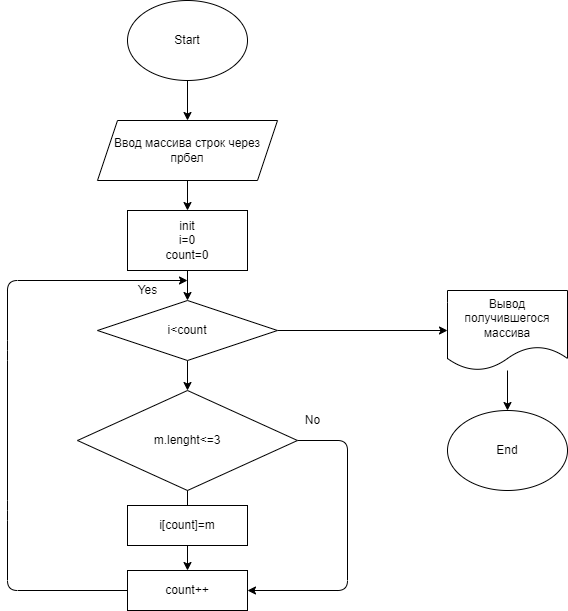
Above: CntrlWork.drawio.png in 1cemann/FinalControlWork (draw.io), before the change. Source tidied: cells renumbered, new cells last; positions are measured from the earlier drawing's top-left corner, leaving out a move shared by most shapes. The source it was exported from:
```xml
<mxGraphModel>
  <root>
    <mxCell id="0" />
    <mxCell id="1" parent="0" />
    <mxCell id="2" style="edgeStyle=none;html=1;" parent="1" edge="1" source="3" target="5">
      <mxGeometry relative="1" as="geometry" />
    </mxCell>
    <mxCell id="3" value="Start" style="ellipse;whiteSpace=wrap;html=1;" parent="1" vertex="1">
      <mxGeometry x="120" width="120" height="80" as="geometry" />
    </mxCell>
    <mxCell id="4" style="edgeStyle=none;html=1;" parent="1" edge="1" source="5" target="7">
      <mxGeometry relative="1" as="geometry" />
    </mxCell>
    <mxCell id="5" value="Ввод массива строк через прбел" style="shape=parallelogram;perimeter=parallelogramPerimeter;whiteSpace=wrap;html=1;fixedSize=1;" parent="1" vertex="1">
      <mxGeometry x="90" y="120" width="180" height="60" as="geometry" />
    </mxCell>
    <mxCell id="6" style="edgeStyle=none;html=1;" parent="1" edge="1" source="7" target="19">
      <mxGeometry relative="1" as="geometry" />
    </mxCell>
    <mxCell id="7" value="init&lt;br&gt;i=0&lt;br&gt;count=0" style="rounded=0;whiteSpace=wrap;html=1;" parent="1" vertex="1">
      <mxGeometry x="120" y="210" width="120" height="60" as="geometry" />
    </mxCell>
    <mxCell id="8" style="edgeStyle=none;html=1;startArrow=none;" parent="1" edge="1" source="15" target="12">
      <mxGeometry relative="1" as="geometry" />
    </mxCell>
    <mxCell id="9" style="edgeStyle=none;html=1;exitX=1;exitY=0.5;exitDx=0;exitDy=0;entryX=1;entryY=0.5;entryDx=0;entryDy=0;" parent="1" edge="1" source="10" target="12">
      <mxGeometry relative="1" as="geometry">
        <Array as="points">
          <mxPoint x="340" y="440" />
          <mxPoint x="340" y="590" />
        </Array>
      </mxGeometry>
    </mxCell>
    <mxCell id="10" value="m.lenght&amp;lt;=3" style="rhombus;whiteSpace=wrap;html=1;" parent="1" vertex="1">
      <mxGeometry x="70" y="390" width="220" height="100" as="geometry" />
    </mxCell>
    <mxCell id="11" style="edgeStyle=none;html=1;" parent="1" edge="1" source="12">
      <mxGeometry relative="1" as="geometry">
        <mxPoint x="180" y="280" as="targetPoint" />
        <Array as="points">
          <mxPoint y="590" />
          <mxPoint y="510" />
          <mxPoint y="350" />
          <mxPoint y="280" />
        </Array>
      </mxGeometry>
    </mxCell>
    <mxCell id="12" value="count++" style="rounded=0;whiteSpace=wrap;html=1;" parent="1" vertex="1">
      <mxGeometry x="120" y="570" width="120" height="40" as="geometry" />
    </mxCell>
    <mxCell id="13" value="Yes" style="text;html=1;align=center;verticalAlign=middle;strokeColor=none;fillColor=none;" parent="1" vertex="1">
      <mxGeometry x="120" y="280" width="40" height="20" as="geometry" />
    </mxCell>
    <mxCell id="14" value="No" style="text;html=1;align=center;verticalAlign=middle;strokeColor=none;fillColor=none;" parent="1" vertex="1">
      <mxGeometry x="290" y="410" width="30" height="20" as="geometry" />
    </mxCell>
    <mxCell id="15" value="i[count]=m" style="rounded=0;whiteSpace=wrap;html=1;" parent="1" vertex="1">
      <mxGeometry x="120" y="505" width="120" height="40" as="geometry" />
    </mxCell>
    <mxCell id="16" style="edgeStyle=none;html=1;endArrow=none;" parent="1" edge="1" source="10" target="15">
      <mxGeometry relative="1" as="geometry" />
    </mxCell>
    <mxCell id="17" style="edgeStyle=none;html=1;" parent="1" edge="1" source="19" target="10">
      <mxGeometry relative="1" as="geometry" />
    </mxCell>
    <mxCell id="18" style="edgeStyle=none;html=1;entryX=0;entryY=0.5;entryDx=0;entryDy=0;" parent="1" edge="1" source="19">
      <mxGeometry relative="1" as="geometry">
        <mxPoint x="440" y="330" as="targetPoint" />
      </mxGeometry>
    </mxCell>
    <mxCell id="19" value="i&amp;lt;count" style="rhombus;whiteSpace=wrap;html=1;" parent="1" vertex="1">
      <mxGeometry x="90" y="300" width="180" height="60" as="geometry" />
    </mxCell>
    <mxCell id="20" value="End" style="ellipse;whiteSpace=wrap;html=1;" parent="1" vertex="1">
      <mxGeometry x="440" y="410" width="120" height="80" as="geometry" />
    </mxCell>
    <mxCell id="21" style="edgeStyle=none;html=1;" parent="1" edge="1" source="22" target="20">
      <mxGeometry relative="1" as="geometry" />
    </mxCell>
    <mxCell id="22" value="Вывод получившегося массива" style="shape=document;whiteSpace=wrap;html=1;boundedLbl=1;" parent="1" vertex="1">
      <mxGeometry x="440" y="290" width="120" height="80" as="geometry" />
    </mxCell>
  </root>
</mxGraphModel>
```
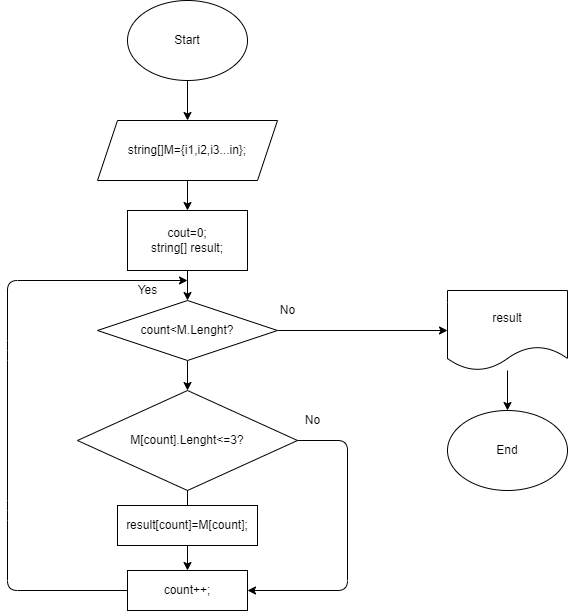
Above is the later version.

Commit message:
Небольшая редакция кода и блок-схемы

The edit, as a diff of the source:
```diff
@@ -11,13 +11,13 @@
     <mxCell id="4" style="edgeStyle=none;html=1;" parent="1" edge="1" source="5" target="7">
       <mxGeometry relative="1" as="geometry" />
     </mxCell>
-    <mxCell id="5" value="Ввод массива строк через прбел" style="shape=parallelogram;perimeter=parallelogramPerimeter;whiteSpace=wrap;html=1;fixedSize=1;" parent="1" vertex="1">
+    <mxCell id="5" value="string[]M={i1,i2,i3...in};" style="shape=parallelogram;perimeter=parallelogramPerimeter;whiteSpace=wrap;html=1;fixedSize=1;" parent="1" vertex="1">
       <mxGeometry x="90" y="120" width="180" height="60" as="geometry" />
     </mxCell>
     <mxCell id="6" style="edgeStyle=none;html=1;" parent="1" edge="1" source="7" target="19">
       <mxGeometry relative="1" as="geometry" />
     </mxCell>
-    <mxCell id="7" value="init&lt;br&gt;i=0&lt;br&gt;count=0" style="rounded=0;whiteSpace=wrap;html=1;" parent="1" vertex="1">
+    <mxCell id="7" value="cout=0;&lt;br&gt;string[] result;" style="rounded=0;whiteSpace=wrap;html=1;" parent="1" vertex="1">
       <mxGeometry x="120" y="210" width="120" height="60" as="geometry" />
     </mxCell>
     <mxCell id="8" style="edgeStyle=none;html=1;startArrow=none;" parent="1" edge="1" source="15" target="12">
@@ -31,7 +31,7 @@
         </Array>
       </mxGeometry>
     </mxCell>
-    <mxCell id="10" value="m.lenght&amp;lt;=3" style="rhombus;whiteSpace=wrap;html=1;" parent="1" vertex="1">
+    <mxCell id="10" value="M[count].Lenght&amp;lt;=3?" style="rhombus;whiteSpace=wrap;html=1;" parent="1" vertex="1">
       <mxGeometry x="70" y="390" width="220" height="100" as="geometry" />
     </mxCell>
     <mxCell id="11" style="edgeStyle=none;html=1;" parent="1" edge="1" source="12">
@@ -45,7 +45,7 @@
         </Array>
       </mxGeometry>
     </mxCell>
-    <mxCell id="12" value="count++" style="rounded=0;whiteSpace=wrap;html=1;" parent="1" vertex="1">
+    <mxCell id="12" value="count++;" style="rounded=0;whiteSpace=wrap;html=1;" parent="1" vertex="1">
       <mxGeometry x="120" y="570" width="120" height="40" as="geometry" />
     </mxCell>
     <mxCell id="13" value="Yes" style="text;html=1;align=center;verticalAlign=middle;strokeColor=none;fillColor=none;" parent="1" vertex="1">
@@ -54,8 +54,8 @@
     <mxCell id="14" value="No" style="text;html=1;align=center;verticalAlign=middle;strokeColor=none;fillColor=none;" parent="1" vertex="1">
       <mxGeometry x="290" y="410" width="30" height="20" as="geometry" />
     </mxCell>
-    <mxCell id="15" value="i[count]=m" style="rounded=0;whiteSpace=wrap;html=1;" parent="1" vertex="1">
-      <mxGeometry x="120" y="505" width="120" height="40" as="geometry" />
+    <mxCell id="15" value="result[count]=M[count];" style="rounded=0;whiteSpace=wrap;html=1;" parent="1" vertex="1">
+      <mxGeometry x="110" y="505" width="140" height="40" as="geometry" />
     </mxCell>
     <mxCell id="16" style="edgeStyle=none;html=1;endArrow=none;" parent="1" edge="1" source="10" target="15">
       <mxGeometry relative="1" as="geometry" />
@@ -68,7 +68,7 @@
         <mxPoint x="440" y="330" as="targetPoint" />
       </mxGeometry>
     </mxCell>
-    <mxCell id="19" value="i&amp;lt;count" style="rhombus;whiteSpace=wrap;html=1;" parent="1" vertex="1">
+    <mxCell id="19" value="count&amp;lt;M.Lenght?" style="rhombus;whiteSpace=wrap;html=1;" parent="1" vertex="1">
       <mxGeometry x="90" y="300" width="180" height="60" as="geometry" />
     </mxCell>
     <mxCell id="20" value="End" style="ellipse;whiteSpace=wrap;html=1;" parent="1" vertex="1">
@@ -77,8 +77,11 @@
     <mxCell id="21" style="edgeStyle=none;html=1;" parent="1" edge="1" source="22" target="20">
       <mxGeometry relative="1" as="geometry" />
     </mxCell>
-    <mxCell id="22" value="Вывод получившегося массива" style="shape=document;whiteSpace=wrap;html=1;boundedLbl=1;" parent="1" vertex="1">
+    <mxCell id="22" value="result" style="shape=document;whiteSpace=wrap;html=1;boundedLbl=1;" parent="1" vertex="1">
       <mxGeometry x="440" y="290" width="120" height="80" as="geometry" />
     </mxCell>
+    <mxCell id="23" value="No" style="text;html=1;align=center;verticalAlign=middle;strokeColor=none;fillColor=none;" parent="1" vertex="1">
+      <mxGeometry x="265" y="300" width="30" height="20" as="geometry" />
+    </mxCell>
   </root>
 </mxGraphModel>
```
